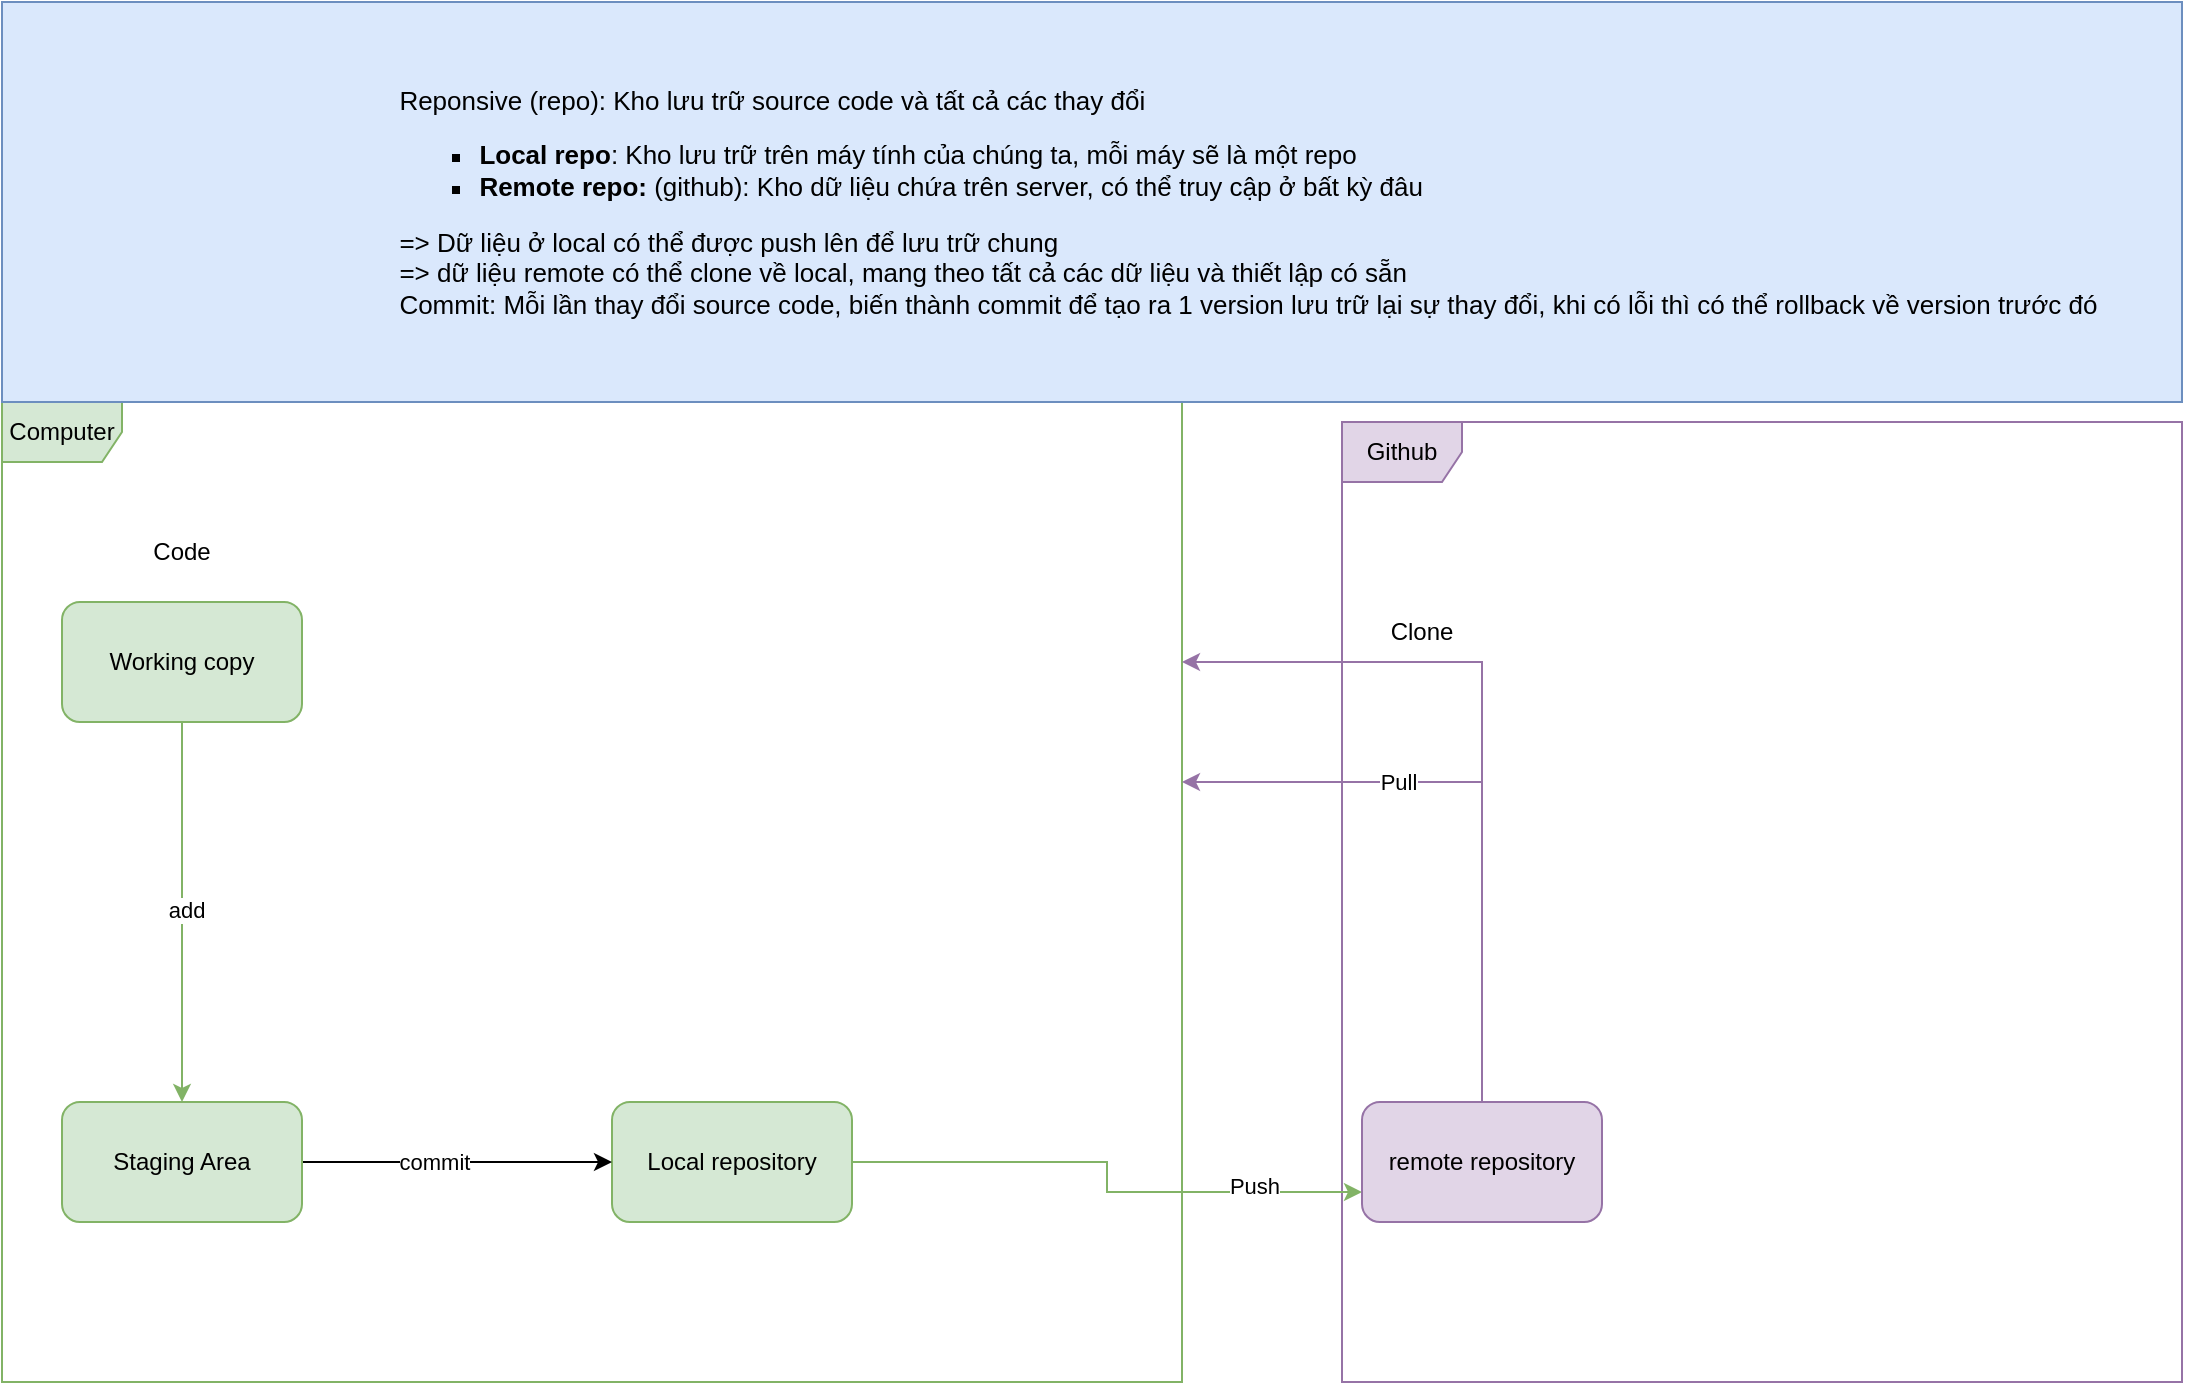
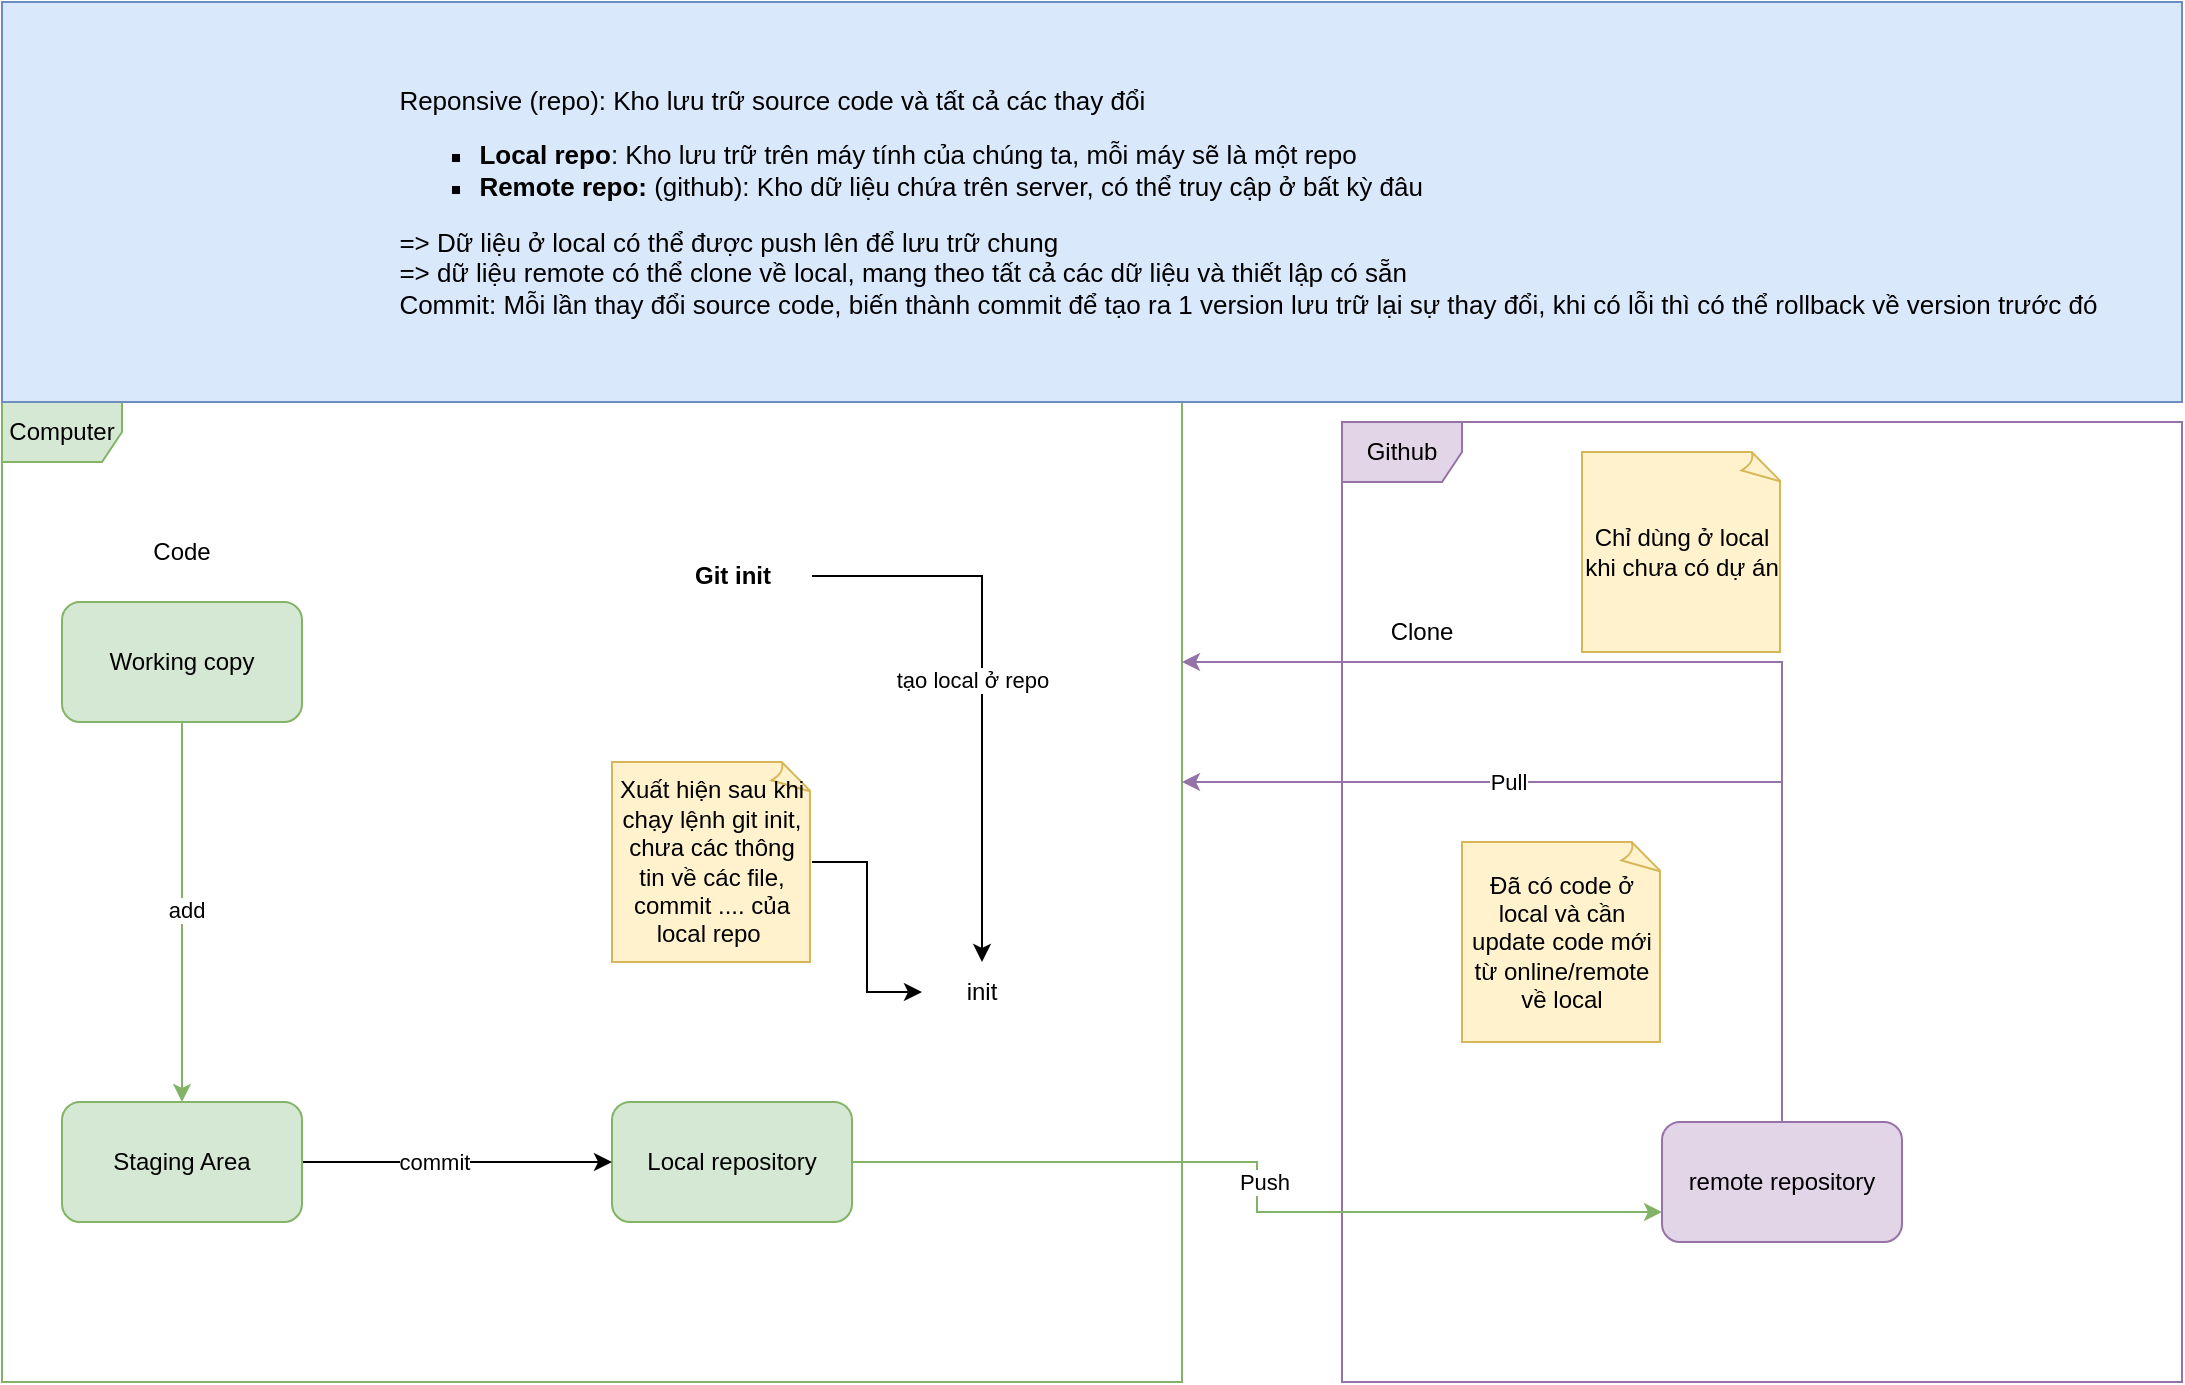
<mxfile host="app.diagrams.net">
  <diagram name="Page-1" id="MLFkJ6waZMUWn4qavb6-">
    <mxGraphModel dx="940" dy="1624" grid="1" gridSize="10" guides="1" tooltips="1" connect="1" arrows="1" fold="1" page="1" pageScale="1" pageWidth="850" pageHeight="1100" math="0" shadow="0">
      <root>
        <mxCell id="0" />
        <mxCell id="1" parent="0" />
        <mxCell id="bXl6ImCXWjE2_2-cK-2O-1" parent="1" style="shape=umlFrame;whiteSpace=wrap;html=1;pointerEvents=0;fillColor=#d5e8d4;strokeColor=#82b366;" value="Computer" vertex="1">
          <mxGeometry height="490" width="590" x="60" y="70" as="geometry" />
        </mxCell>
        <mxCell id="bXl6ImCXWjE2_2-cK-2O-2" parent="1" style="shape=umlFrame;whiteSpace=wrap;html=1;pointerEvents=0;fillColor=#e1d5e7;strokeColor=#9673a6;" value="Github" vertex="1">
          <mxGeometry height="480" width="420" x="730" y="80" as="geometry" />
        </mxCell>
        <mxCell id="uAzCNYcBnN0baQVRId0h-5" edge="1" parent="1" source="bXl6ImCXWjE2_2-cK-2O-3" style="edgeStyle=orthogonalEdgeStyle;rounded=0;orthogonalLoop=1;jettySize=auto;html=1;fillColor=#d5e8d4;strokeColor=#82b366;" target="uAzCNYcBnN0baQVRId0h-4" value="">
          <mxGeometry relative="1" as="geometry" />
        </mxCell>
        <mxCell id="uAzCNYcBnN0baQVRId0h-6" connectable="0" parent="uAzCNYcBnN0baQVRId0h-5" style="edgeLabel;html=1;align=center;verticalAlign=middle;resizable=0;points=[];" value="add" vertex="1">
          <mxGeometry relative="1" x="-0.0055" y="2" as="geometry">
            <mxPoint y="-1" as="offset" />
          </mxGeometry>
        </mxCell>
        <mxCell id="bXl6ImCXWjE2_2-cK-2O-3" parent="1" style="rounded=1;whiteSpace=wrap;html=1;fillColor=#d5e8d4;strokeColor=#82b366;" value="Working copy" vertex="1">
          <mxGeometry height="60" width="120" x="90" y="170" as="geometry" />
        </mxCell>
        <mxCell id="uAzCNYcBnN0baQVRId0h-11" edge="1" parent="1" source="bXl6ImCXWjE2_2-cK-2O-6" style="edgeStyle=orthogonalEdgeStyle;rounded=0;orthogonalLoop=1;jettySize=auto;html=1;entryX=0;entryY=0.75;entryDx=0;entryDy=0;fillColor=#d5e8d4;strokeColor=#82b366;" target="bXl6ImCXWjE2_2-cK-2O-7">
          <mxGeometry relative="1" as="geometry" />
        </mxCell>
        <mxCell id="uAzCNYcBnN0baQVRId0h-12" connectable="0" parent="uAzCNYcBnN0baQVRId0h-11" style="edgeLabel;html=1;align=center;verticalAlign=middle;resizable=0;points=[];" value="Push" vertex="1">
          <mxGeometry relative="1" x="0.5974" y="3" as="geometry">
-             <mxPoint as="offset" />
+             <mxPoint x="-113" y="-12" as="offset" />
          </mxGeometry>
        </mxCell>
        <mxCell id="bXl6ImCXWjE2_2-cK-2O-6" parent="1" style="rounded=1;whiteSpace=wrap;html=1;fillColor=#d5e8d4;strokeColor=#82b366;" value="Local repository" vertex="1">
          <mxGeometry height="60" width="120" x="365" y="420" as="geometry" />
        </mxCell>
        <mxCell id="uAzCNYcBnN0baQVRId0h-13" edge="1" parent="1" source="bXl6ImCXWjE2_2-cK-2O-7" style="edgeStyle=orthogonalEdgeStyle;rounded=0;orthogonalLoop=1;jettySize=auto;html=1;fillColor=#e1d5e7;strokeColor=#9673a6;" target="bXl6ImCXWjE2_2-cK-2O-1">
          <mxGeometry relative="1" as="geometry">
            <Array as="points">
-               <mxPoint x="800" y="200" />
+               <mxPoint x="950" y="200" />
            </Array>
          </mxGeometry>
        </mxCell>
        <mxCell id="uAzCNYcBnN0baQVRId0h-16" edge="1" parent="1" source="bXl6ImCXWjE2_2-cK-2O-7" style="edgeStyle=orthogonalEdgeStyle;rounded=0;orthogonalLoop=1;jettySize=auto;html=1;fillColor=#e1d5e7;strokeColor=#9673a6;" target="bXl6ImCXWjE2_2-cK-2O-1">
          <mxGeometry relative="1" as="geometry">
            <Array as="points">
-               <mxPoint x="800" y="260" />
+               <mxPoint x="950" y="260" />
            </Array>
          </mxGeometry>
        </mxCell>
        <mxCell id="uAzCNYcBnN0baQVRId0h-17" connectable="0" parent="uAzCNYcBnN0baQVRId0h-16" style="edgeLabel;html=1;align=center;verticalAlign=middle;resizable=0;points=[];" value="Pull" vertex="1">
          <mxGeometry relative="1" x="0.3068" as="geometry">
            <mxPoint as="offset" />
          </mxGeometry>
        </mxCell>
        <mxCell id="bXl6ImCXWjE2_2-cK-2O-7" parent="1" style="rounded=1;whiteSpace=wrap;html=1;fillColor=#e1d5e7;strokeColor=#9673a6;" value="remote repository" vertex="1">
-           <mxGeometry height="60" width="120" x="740" y="420" as="geometry" />
+           <mxGeometry height="60" width="120" x="890" y="430" as="geometry" />
        </mxCell>
        <mxCell id="uAzCNYcBnN0baQVRId0h-1" parent="1" style="rounded=0;whiteSpace=wrap;html=1;fillColor=#dae8fc;strokeColor=#6c8ebf;align=center;" value="&lt;blockquote style=&quot;margin: 0 0 0 40px; border: none; padding: 0px;&quot;&gt;&lt;blockquote style=&quot;margin: 0 0 0 40px; border: none; padding: 0px;&quot;&gt;&lt;blockquote style=&quot;margin: 0 0 0 40px; border: none; padding: 0px;&quot;&gt;&lt;blockquote style=&quot;text-align: justify; margin: 0px 0px 0px 40px; border-width: medium; border-style: none; border-color: currentcolor; border-image: initial; padding: 0px;&quot;&gt;&lt;font style=&quot;font-size: 13px;&quot;&gt;Reponsive (repo): Kho lưu trữ source code và tất cả các thay đổi&lt;/font&gt;&lt;/blockquote&gt;&lt;/blockquote&gt;&lt;/blockquote&gt;&lt;/blockquote&gt;&lt;div&gt;&lt;ul&gt;&lt;ul&gt;&lt;ul&gt;&lt;ul&gt;&lt;ul&gt;&lt;li style=&quot;text-align: justify;&quot;&gt;&lt;b style=&quot;background-color: transparent; color: light-dark(rgb(0, 0, 0), rgb(255, 255, 255)); font-size: 13px;&quot;&gt;Local repo&lt;/b&gt;&lt;span style=&quot;background-color: transparent; color: light-dark(rgb(0, 0, 0), rgb(255, 255, 255)); font-size: 13px;&quot;&gt;: Kho lưu trữ trên máy tính của chúng ta, mỗi máy sẽ là một repo&lt;/span&gt;&lt;/li&gt;&lt;li style=&quot;text-align: justify;&quot;&gt;&lt;b style=&quot;background-color: transparent; color: light-dark(rgb(0, 0, 0), rgb(255, 255, 255)); font-size: 13px;&quot;&gt;Remote repo:&lt;/b&gt;&lt;span style=&quot;background-color: transparent; color: light-dark(rgb(0, 0, 0), rgb(255, 255, 255)); font-size: 13px;&quot;&gt;&amp;nbsp;(github): Kho dữ liệu chứa trên server, có thể truy cập ở bất kỳ đâu&lt;/span&gt;&lt;/li&gt;&lt;/ul&gt;&lt;/ul&gt;&lt;/ul&gt;&lt;/ul&gt;&lt;/ul&gt;&lt;/div&gt;&lt;blockquote style=&quot;margin: 0 0 0 40px; border: none; padding: 0px;&quot;&gt;&lt;blockquote style=&quot;margin: 0 0 0 40px; border: none; padding: 0px;&quot;&gt;&lt;blockquote style=&quot;margin: 0 0 0 40px; border: none; padding: 0px;&quot;&gt;&lt;blockquote style=&quot;margin: 0 0 0 40px; border: none; padding: 0px;&quot;&gt;&lt;div style=&quot;text-align: justify;&quot;&gt;&lt;font style=&quot;font-size: 13px;&quot;&gt;=&amp;gt; Dữ liệu ở local có thể được push lên để lưu trữ chung&lt;/font&gt;&lt;/div&gt;&lt;/blockquote&gt;&lt;/blockquote&gt;&lt;/blockquote&gt;&lt;blockquote style=&quot;margin: 0 0 0 40px; border: none; padding: 0px;&quot;&gt;&lt;blockquote style=&quot;margin: 0 0 0 40px; border: none; padding: 0px;&quot;&gt;&lt;blockquote style=&quot;margin: 0 0 0 40px; border: none; padding: 0px;&quot;&gt;&lt;div style=&quot;text-align: justify;&quot;&gt;&lt;font style=&quot;font-size: 13px;&quot;&gt;=&amp;gt; dữ liệu remote có thể clone về local, mang theo tất cả các dữ liệu và thiết lập có sẵn&lt;/font&gt;&lt;/div&gt;&lt;/blockquote&gt;&lt;/blockquote&gt;&lt;/blockquote&gt;&lt;blockquote style=&quot;margin: 0 0 0 40px; border: none; padding: 0px;&quot;&gt;&lt;blockquote style=&quot;margin: 0 0 0 40px; border: none; padding: 0px;&quot;&gt;&lt;blockquote style=&quot;margin: 0 0 0 40px; border: none; padding: 0px;&quot;&gt;&lt;div style=&quot;text-align: justify;&quot;&gt;&lt;font style=&quot;font-size: 13px;&quot;&gt;Commit: Mỗi lần thay đổi source code, biến thành commit để tạo ra 1 version lưu trữ lại sự thay đổi, khi có lỗi thì có thể rollback về version trước đó&amp;nbsp;&lt;/font&gt;&lt;/div&gt;&lt;/blockquote&gt;&lt;/blockquote&gt;&lt;/blockquote&gt;&lt;/blockquote&gt;" vertex="1">
          <mxGeometry height="200" width="1090" x="60" y="-130" as="geometry" />
        </mxCell>
        <mxCell id="uAzCNYcBnN0baQVRId0h-2" parent="1" style="text;html=1;whiteSpace=wrap;strokeColor=none;fillColor=none;align=center;verticalAlign=middle;rounded=0;" value="Code" vertex="1">
          <mxGeometry height="30" width="60" x="120" y="130" as="geometry" />
        </mxCell>
        <mxCell id="uAzCNYcBnN0baQVRId0h-7" edge="1" parent="1" source="uAzCNYcBnN0baQVRId0h-4" style="edgeStyle=orthogonalEdgeStyle;rounded=0;orthogonalLoop=1;jettySize=auto;html=1;entryX=0;entryY=0.5;entryDx=0;entryDy=0;" target="bXl6ImCXWjE2_2-cK-2O-6">
          <mxGeometry relative="1" as="geometry" />
        </mxCell>
        <mxCell id="uAzCNYcBnN0baQVRId0h-9" connectable="0" parent="uAzCNYcBnN0baQVRId0h-7" style="edgeLabel;html=1;align=center;verticalAlign=middle;resizable=0;points=[];" value="commit" vertex="1">
          <mxGeometry relative="1" x="-0.1529" as="geometry">
            <mxPoint as="offset" />
          </mxGeometry>
        </mxCell>
        <mxCell id="uAzCNYcBnN0baQVRId0h-4" parent="1" style="rounded=1;whiteSpace=wrap;html=1;fillColor=#d5e8d4;strokeColor=#82b366;" value="Staging Area" vertex="1">
          <mxGeometry height="60" width="120" x="90" y="420" as="geometry" />
        </mxCell>
        <mxCell id="uAzCNYcBnN0baQVRId0h-14" parent="1" style="text;html=1;whiteSpace=wrap;strokeColor=none;fillColor=none;align=center;verticalAlign=middle;rounded=0;" value="Clone" vertex="1">
          <mxGeometry height="30" width="60" x="740" y="170" as="geometry" />
        </mxCell>
+         <mxCell id="4uOzuIaMPdHdrtR6NDQi-7" edge="1" parent="1" source="4uOzuIaMPdHdrtR6NDQi-1" style="rounded=0;orthogonalLoop=1;jettySize=auto;html=1;entryX=0;entryY=0.5;entryDx=0;entryDy=0;edgeStyle=orthogonalEdgeStyle;" target="4uOzuIaMPdHdrtR6NDQi-4">
+           <mxGeometry relative="1" as="geometry" />
+         </mxCell>
+         <mxCell id="4uOzuIaMPdHdrtR6NDQi-1" parent="1" style="whiteSpace=wrap;html=1;shape=mxgraph.basic.document;fillColor=#fff2cc;strokeColor=#d6b656;" value="Xuất hiện sau khi chạy lệnh git init, chưa các thông tin về các file, commit .... của local repo&amp;nbsp;" vertex="1">
+           <mxGeometry height="100" width="100" x="365" y="250" as="geometry" />
+         </mxCell>
+         <mxCell id="4uOzuIaMPdHdrtR6NDQi-2" parent="1" style="whiteSpace=wrap;html=1;shape=mxgraph.basic.document;fillColor=#fff2cc;strokeColor=#d6b656;" value="Đã có code ở local và cần update code mới từ online/remote về local" vertex="1">
+           <mxGeometry height="100" width="100" x="790" y="290" as="geometry" />
+         </mxCell>
+         <mxCell id="4uOzuIaMPdHdrtR6NDQi-3" parent="1" style="whiteSpace=wrap;html=1;shape=mxgraph.basic.document;fillColor=#fff2cc;strokeColor=#d6b656;" value="Chỉ dùng ở local khi chưa có dự án" vertex="1">
+           <mxGeometry height="100" width="100" x="850" y="95" as="geometry" />
+         </mxCell>
+         <mxCell id="4uOzuIaMPdHdrtR6NDQi-4" parent="1" style="text;html=1;whiteSpace=wrap;strokeColor=none;fillColor=none;align=center;verticalAlign=middle;rounded=0;" value="init" vertex="1">
+           <mxGeometry height="30" width="60" x="520" y="350" as="geometry" />
+         </mxCell>
+         <mxCell id="4uOzuIaMPdHdrtR6NDQi-9" edge="1" parent="1" source="4uOzuIaMPdHdrtR6NDQi-8" style="edgeStyle=orthogonalEdgeStyle;rounded=0;orthogonalLoop=1;jettySize=auto;html=1;entryX=0.5;entryY=0;entryDx=0;entryDy=0;" target="4uOzuIaMPdHdrtR6NDQi-4">
+           <mxGeometry relative="1" as="geometry" />
+         </mxCell>
+         <mxCell id="4uOzuIaMPdHdrtR6NDQi-10" connectable="0" parent="4uOzuIaMPdHdrtR6NDQi-9" style="edgeLabel;html=1;align=center;verticalAlign=middle;resizable=0;points=[];" value="tạo local ở repo" vertex="1">
+           <mxGeometry relative="1" x="-0.0163" y="-5" as="geometry">
+             <mxPoint as="offset" />
+           </mxGeometry>
+         </mxCell>
+         <mxCell id="4uOzuIaMPdHdrtR6NDQi-8" parent="1" style="text;align=center;fontStyle=1;verticalAlign=middle;spacingLeft=3;spacingRight=3;strokeColor=none;rotatable=0;points=[[0,0.5],[1,0.5]];portConstraint=eastwest;html=1;" value="Git init" vertex="1">
+           <mxGeometry height="26" width="80" x="385" y="144" as="geometry" />
+         </mxCell>
      </root>
    </mxGraphModel>
  </diagram>
</mxfile>
